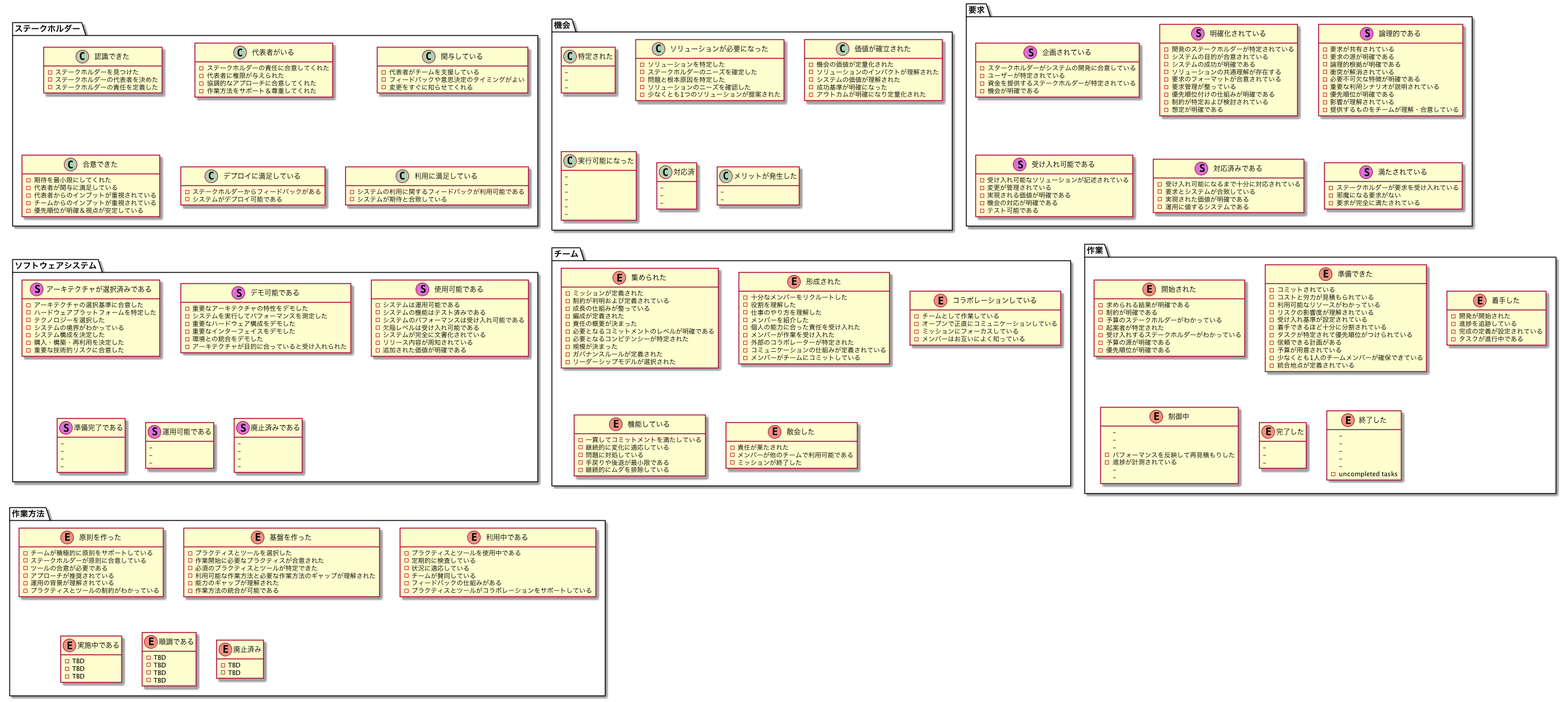
Above: cards.png in kdmsnr/essence-alpha-state-cards-ja (PlantUML), before the change.
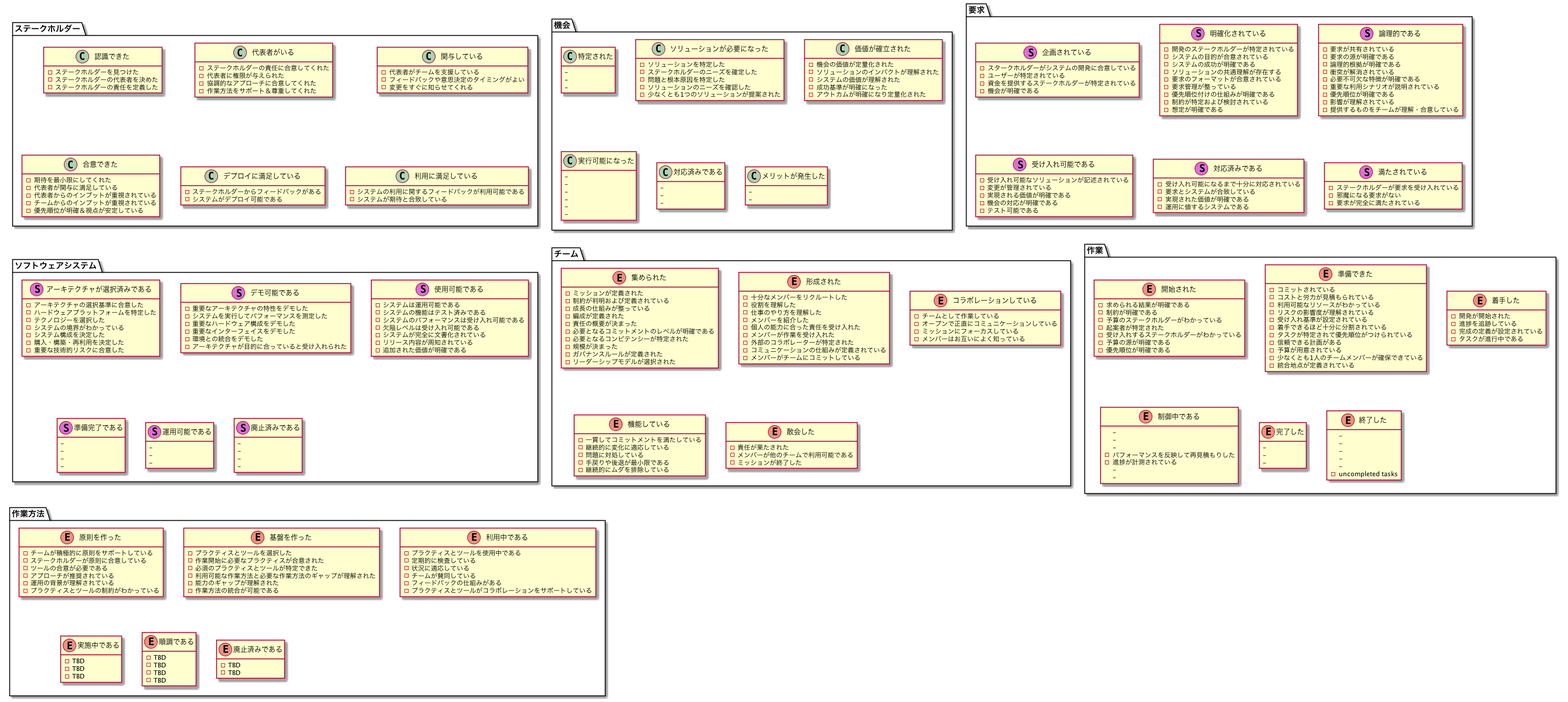
The same file after the commit.

Diff of the diagram source:
```diff
@@ -57,7 +57,7 @@
   -
   -
 }
-class 機会.対応済  {
+class 機会.対応済みである  {
   -
   -
   -
@@ -224,7 +224,7 @@
   -完成の定義が設定されている
   -タスクが進行中である
 }
-enum 作業.制御中  {
+enum 作業.制御中である  {
   -
   -
   -
@@ -281,7 +281,7 @@
   -TBD
   -TBD
 }
-enum 作業方法.廃止済み  {
+enum 作業方法.廃止済みである  {
   -TBD
   -TBD
 }
```
